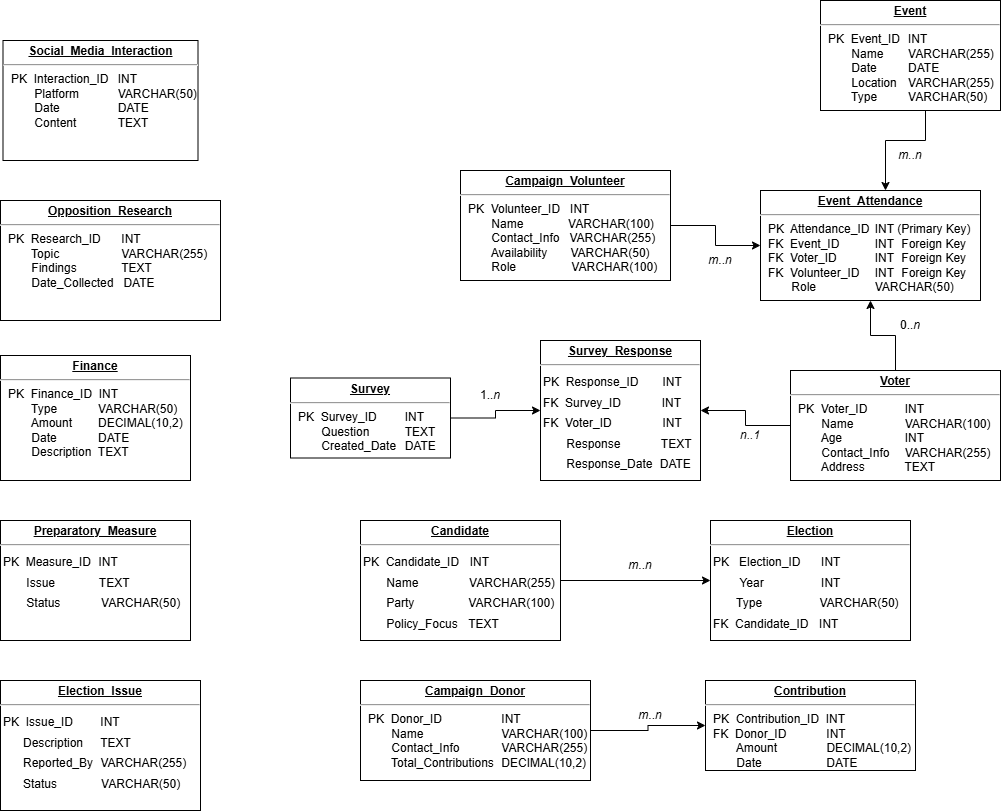
Before: DB_Rokas_Miliūnas_HW_PolitaclCampaingn_diagram.drawio.png, a diagram exported from draw.io (RokasMil/Rokas_Mili-nas_SP25). Source tidied: cells renumbered, new cells last; positions are measured from the earlier drawing's top-left corner, leaving out a move shared by most shapes.
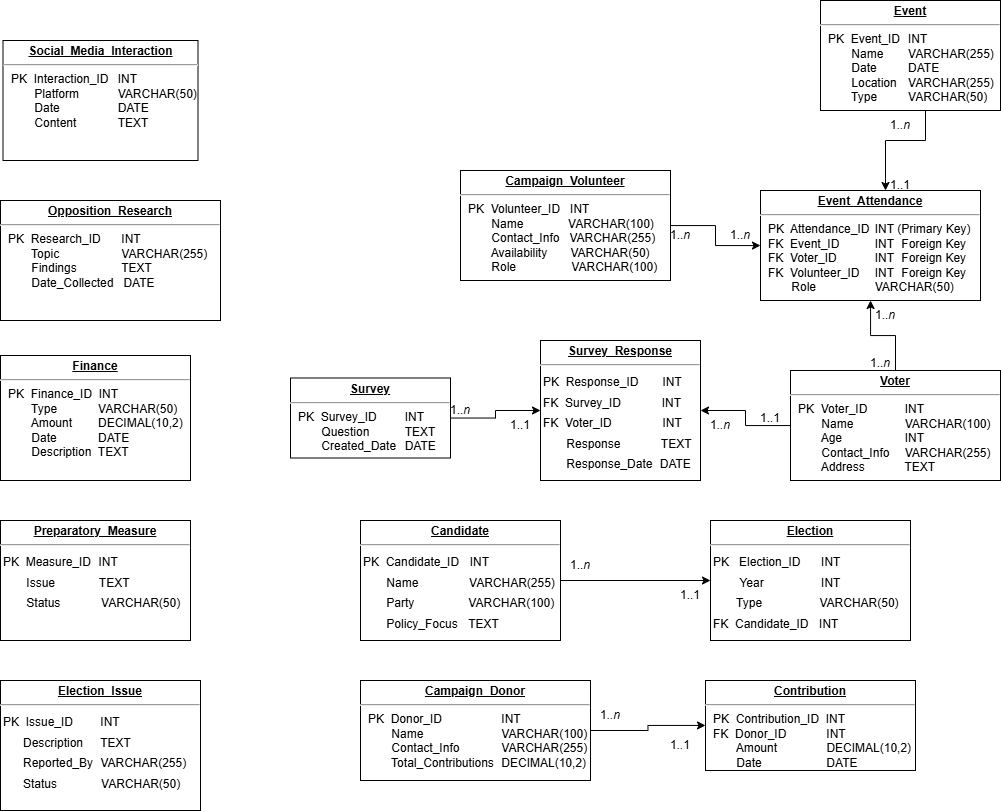
After the change.

Diff of the diagram source:
```diff
@@ -75,26 +75,47 @@
     <mxCell id="23" value="&lt;p style=&quot;margin: 0px ; margin-top: 4px ; text-align: center ; text-decoration: underline&quot;&gt;&lt;b&gt;Voter&lt;/b&gt;&lt;/p&gt;&lt;hr&gt;&lt;p style=&quot;margin: 0px ; margin-left: 8px&quot;&gt;PK&amp;nbsp; Voter_ID&lt;span style=&quot;white-space-collapse: preserve;&quot;&gt;&#9;&lt;/span&gt;&amp;nbsp; &amp;nbsp; &amp;nbsp; &amp;nbsp; INT&lt;/p&gt;&lt;p style=&quot;margin: 0px ; margin-left: 8px&quot;&gt;&amp;nbsp; &amp;nbsp; &amp;nbsp; &amp;nbsp;Name&lt;span style=&quot;white-space-collapse: preserve;&quot;&gt;&#9;&lt;/span&gt;&amp;nbsp; &amp;nbsp; &amp;nbsp; &amp;nbsp; VARCHAR(100)&lt;/p&gt;&lt;p style=&quot;margin: 0px ; margin-left: 8px&quot;&gt;&amp;nbsp; &amp;nbsp; &amp;nbsp; &amp;nbsp;Age&lt;span style=&quot;white-space-collapse: preserve;&quot;&gt;&#9;&#9;&lt;/span&gt;&amp;nbsp; &amp;nbsp; &amp;nbsp; &amp;nbsp; INT&lt;/p&gt;&lt;p style=&quot;margin: 0px ; margin-left: 8px&quot;&gt;&amp;nbsp; &amp;nbsp; &amp;nbsp; &amp;nbsp;Contact_Info&lt;span style=&quot;white-space-collapse: preserve;&quot;&gt;&#9;&lt;/span&gt;VARCHAR(255)&lt;/p&gt;&lt;p style=&quot;margin: 0px ; margin-left: 8px&quot;&gt;&amp;nbsp; &amp;nbsp; &amp;nbsp; &amp;nbsp;Address&lt;span style=&quot;white-space-collapse: preserve;&quot;&gt;&#9;&lt;/span&gt;&amp;nbsp; &amp;nbsp; &amp;nbsp; &amp;nbsp; TEXT&lt;/p&gt;" style="verticalAlign=top;align=left;overflow=fill;fontSize=12;fontFamily=Helvetica;html=1;rounded=0;shadow=0;comic=0;labelBackgroundColor=none;strokeWidth=1;" parent="1" vertex="1">
       <mxGeometry x="790" y="370" width="210" height="110" as="geometry" />
     </mxCell>
-    <mxCell id="24" value="&lt;i&gt;m&lt;/i&gt;..&lt;i&gt;n&lt;/i&gt;" style="text;html=1;align=center;verticalAlign=middle;whiteSpace=wrap;rounded=0;" parent="1" vertex="1">
-      <mxGeometry x="690" y="245" width="60" height="30" as="geometry" />
+    <mxCell id="24" value="1..&lt;i&gt;n&lt;/i&gt;" style="text;html=1;align=center;verticalAlign=middle;whiteSpace=wrap;rounded=0;" parent="1" vertex="1">
+      <mxGeometry x="650" y="220" width="60" height="30" as="geometry" />
     </mxCell>
-    <mxCell id="25" value="0..&lt;i&gt;n&lt;/i&gt;" style="text;html=1;align=center;verticalAlign=middle;whiteSpace=wrap;rounded=0;" parent="1" vertex="1">
-      <mxGeometry x="880" y="310" width="60" height="30" as="geometry" />
-    </mxCell>
-    <mxCell id="26" value="&lt;i&gt;m..n&lt;/i&gt;" style="text;html=1;align=center;verticalAlign=middle;whiteSpace=wrap;rounded=0;" parent="1" vertex="1">
-      <mxGeometry x="880" y="140" width="60" height="30" as="geometry" />
-    </mxCell>
-    <mxCell id="27" value="&lt;i&gt;n..1&lt;/i&gt;" style="text;html=1;align=center;verticalAlign=middle;whiteSpace=wrap;rounded=0;" parent="1" vertex="1">
-      <mxGeometry x="720" y="420" width="60" height="30" as="geometry" />
+    <mxCell id="27" value="1&lt;i&gt;..n&lt;/i&gt;" style="text;html=1;align=center;verticalAlign=middle;whiteSpace=wrap;rounded=0;" parent="1" vertex="1">
+      <mxGeometry x="690" y="410" width="60" height="30" as="geometry" />
     </mxCell>
     <mxCell id="28" value="1..&lt;i&gt;n&lt;/i&gt;" style="text;html=1;align=center;verticalAlign=middle;whiteSpace=wrap;rounded=0;" parent="1" vertex="1">
-      <mxGeometry x="460" y="380" width="60" height="30" as="geometry" />
+      <mxGeometry x="430" y="395" width="60" height="30" as="geometry" />
     </mxCell>
-    <mxCell id="29" value="&lt;i&gt;m&lt;/i&gt;..&lt;i&gt;n&lt;/i&gt;" style="text;html=1;align=center;verticalAlign=middle;whiteSpace=wrap;rounded=0;" parent="1" vertex="1">
-      <mxGeometry x="610" y="550" width="60" height="30" as="geometry" />
+    <mxCell id="29" value="1..1" style="text;html=1;align=center;verticalAlign=middle;whiteSpace=wrap;rounded=0;" parent="1" vertex="1">
+      <mxGeometry x="660" y="580" width="60" height="30" as="geometry" />
     </mxCell>
-    <mxCell id="30" value="&lt;i&gt;m&lt;/i&gt;..&lt;i&gt;n&lt;/i&gt;" style="text;html=1;align=center;verticalAlign=middle;whiteSpace=wrap;rounded=0;" parent="1" vertex="1">
-      <mxGeometry x="620" y="700" width="60" height="30" as="geometry" />
+    <mxCell id="30" value="1&lt;i&gt;..n&lt;/i&gt;" style="text;html=1;align=center;verticalAlign=middle;whiteSpace=wrap;rounded=0;" parent="1" vertex="1">
+      <mxGeometry x="580" y="700" width="60" height="30" as="geometry" />
     </mxCell>
+    <mxCell id="31" value="1..&lt;i&gt;n&lt;/i&gt;" style="text;html=1;align=center;verticalAlign=middle;whiteSpace=wrap;rounded=0;" parent="1" vertex="1">
+      <mxGeometry x="710" y="220" width="60" height="30" as="geometry" />
+    </mxCell>
+    <mxCell id="32" value="1..&lt;i&gt;n&lt;/i&gt;" style="text;html=1;align=center;verticalAlign=middle;whiteSpace=wrap;rounded=0;" parent="1" vertex="1">
+      <mxGeometry x="850" y="347.5" width="60" height="30" as="geometry" />
+    </mxCell>
+    <mxCell id="33" value="1..&lt;i&gt;n&lt;/i&gt;" style="text;html=1;align=center;verticalAlign=middle;whiteSpace=wrap;rounded=0;" parent="1" vertex="1">
+      <mxGeometry x="855" y="300" width="60" height="30" as="geometry" />
+    </mxCell>
+    <mxCell id="34" value="1..1" style="text;html=1;align=center;verticalAlign=middle;whiteSpace=wrap;rounded=0;" parent="1" vertex="1">
+      <mxGeometry x="740" y="402.5" width="60" height="30" as="geometry" />
+    </mxCell>
+    <mxCell id="35" value="1..1" style="text;html=1;align=center;verticalAlign=middle;whiteSpace=wrap;rounded=0;" parent="1" vertex="1">
+      <mxGeometry x="490" y="410" width="60" height="30" as="geometry" />
+    </mxCell>
+    <mxCell id="36" value="1..&lt;i&gt;n&lt;/i&gt;" style="text;html=1;align=center;verticalAlign=middle;whiteSpace=wrap;rounded=0;" parent="1" vertex="1">
+      <mxGeometry x="550" y="550" width="60" height="30" as="geometry" />
+    </mxCell>
+    <mxCell id="37" value="1&lt;i&gt;..&lt;/i&gt;1" style="text;html=1;align=center;verticalAlign=middle;whiteSpace=wrap;rounded=0;" parent="1" vertex="1">
+      <mxGeometry x="650" y="730" width="60" height="30" as="geometry" />
+    </mxCell>
+    <mxCell id="38" value="1..1" style="text;html=1;align=center;verticalAlign=middle;whiteSpace=wrap;rounded=0;" parent="1" vertex="1">
+      <mxGeometry x="870" y="170" width="60" height="30" as="geometry" />
+    </mxCell>
+    <mxCell id="39" value="1&lt;i&gt;..n&lt;/i&gt;" style="text;html=1;align=center;verticalAlign=middle;whiteSpace=wrap;rounded=0;" parent="1" vertex="1">
+      <mxGeometry x="870" y="110" width="60" height="30" as="geometry" />
+    </mxCell>
   </root>
 </mxGraphModel>
```
